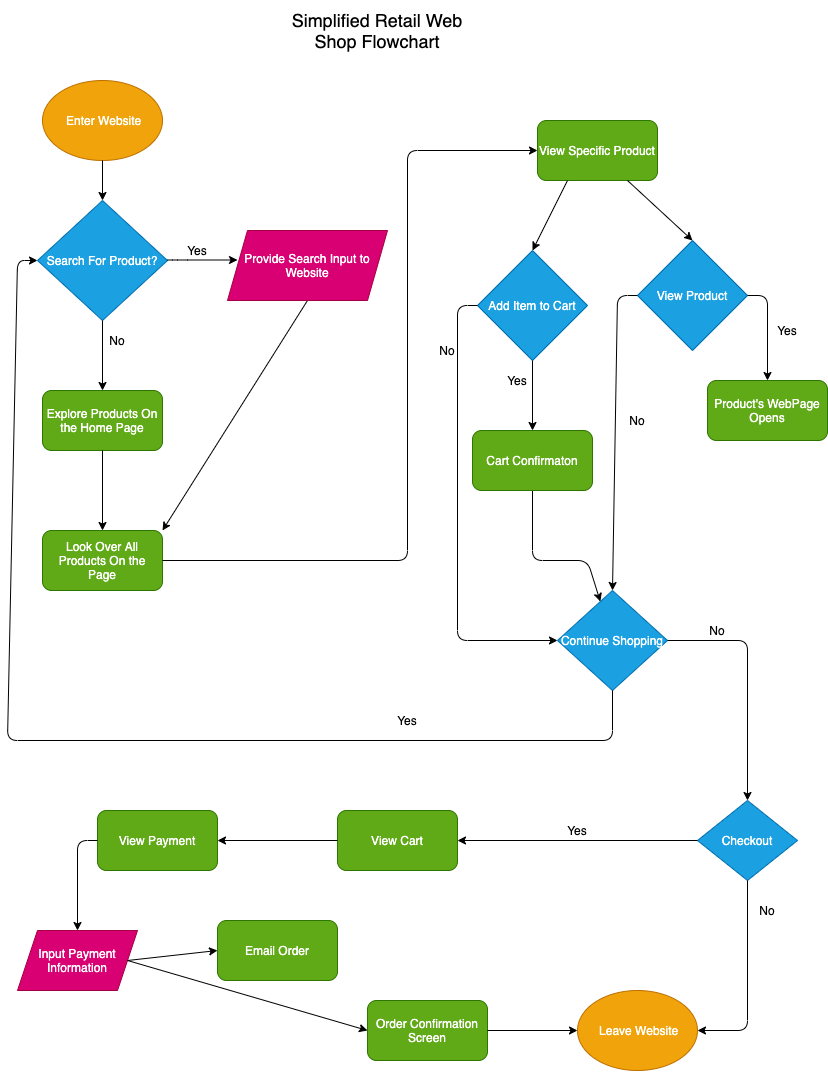
Before: part2/part2.drawio.png, a diagram exported from draw.io (aksharans/sp21-cse110-lab4). Source tidied: cells renumbered, new cells last; positions are measured from the earlier drawing's top-left corner, leaving out a move shared by most shapes.
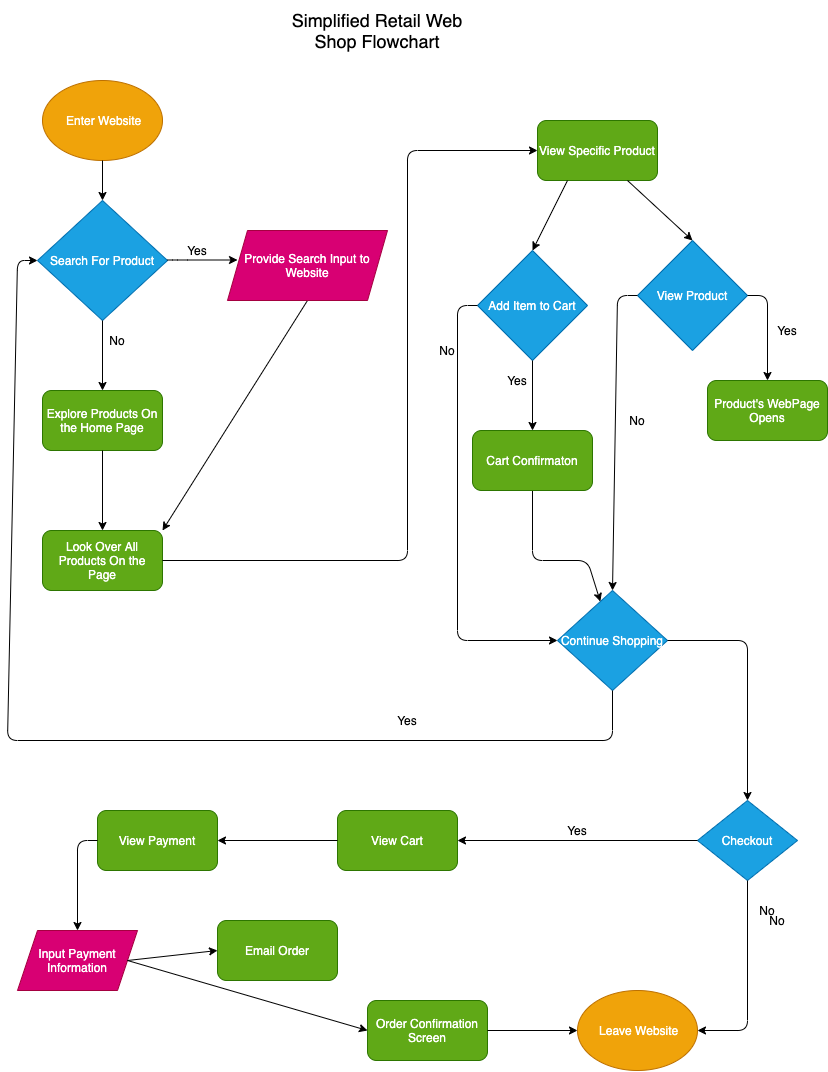
After the change.

The edit, as a diff of the source:
```diff
@@ -8,7 +8,7 @@
     <mxCell id="3" value="&amp;nbsp;Enter Website" style="ellipse;whiteSpace=wrap;html=1;fillColor=#f0a30a;strokeColor=#BD7000;fontColor=#ffffff;" parent="1" vertex="1">
       <mxGeometry x="35" y="80" width="120" height="80" as="geometry" />
     </mxCell>
-    <mxCell id="4" value="Search For Product?" style="rhombus;whiteSpace=wrap;html=1;fillColor=#1ba1e2;strokeColor=#006EAF;fontColor=#ffffff;" parent="1" vertex="1">
+    <mxCell id="4" value="Search For Product" style="rhombus;whiteSpace=wrap;html=1;fillColor=#1ba1e2;strokeColor=#006EAF;fontColor=#ffffff;" parent="1" vertex="1">
       <mxGeometry x="30" y="200" width="130" height="120" as="geometry" />
     </mxCell>
     <mxCell id="5" style="endArrow=classic;html=1;strokeColor=#000000;" parent="1" edge="1">
@@ -211,7 +211,7 @@
       <mxGeometry relative="1" as="geometry" />
     </mxCell>
     <mxCell id="53" value="&lt;font color=&quot;#000000&quot;&gt;No&lt;/font&gt;" style="text;html=1;strokeColor=none;fillColor=none;align=center;verticalAlign=middle;whiteSpace=wrap;rounded=0;" parent="1" vertex="1">
-      <mxGeometry x="690" y="620" width="40" height="20" as="geometry" />
+      <mxGeometry x="750" y="910" width="40" height="20" as="geometry" />
     </mxCell>
   </root>
 </mxGraphModel>
```
